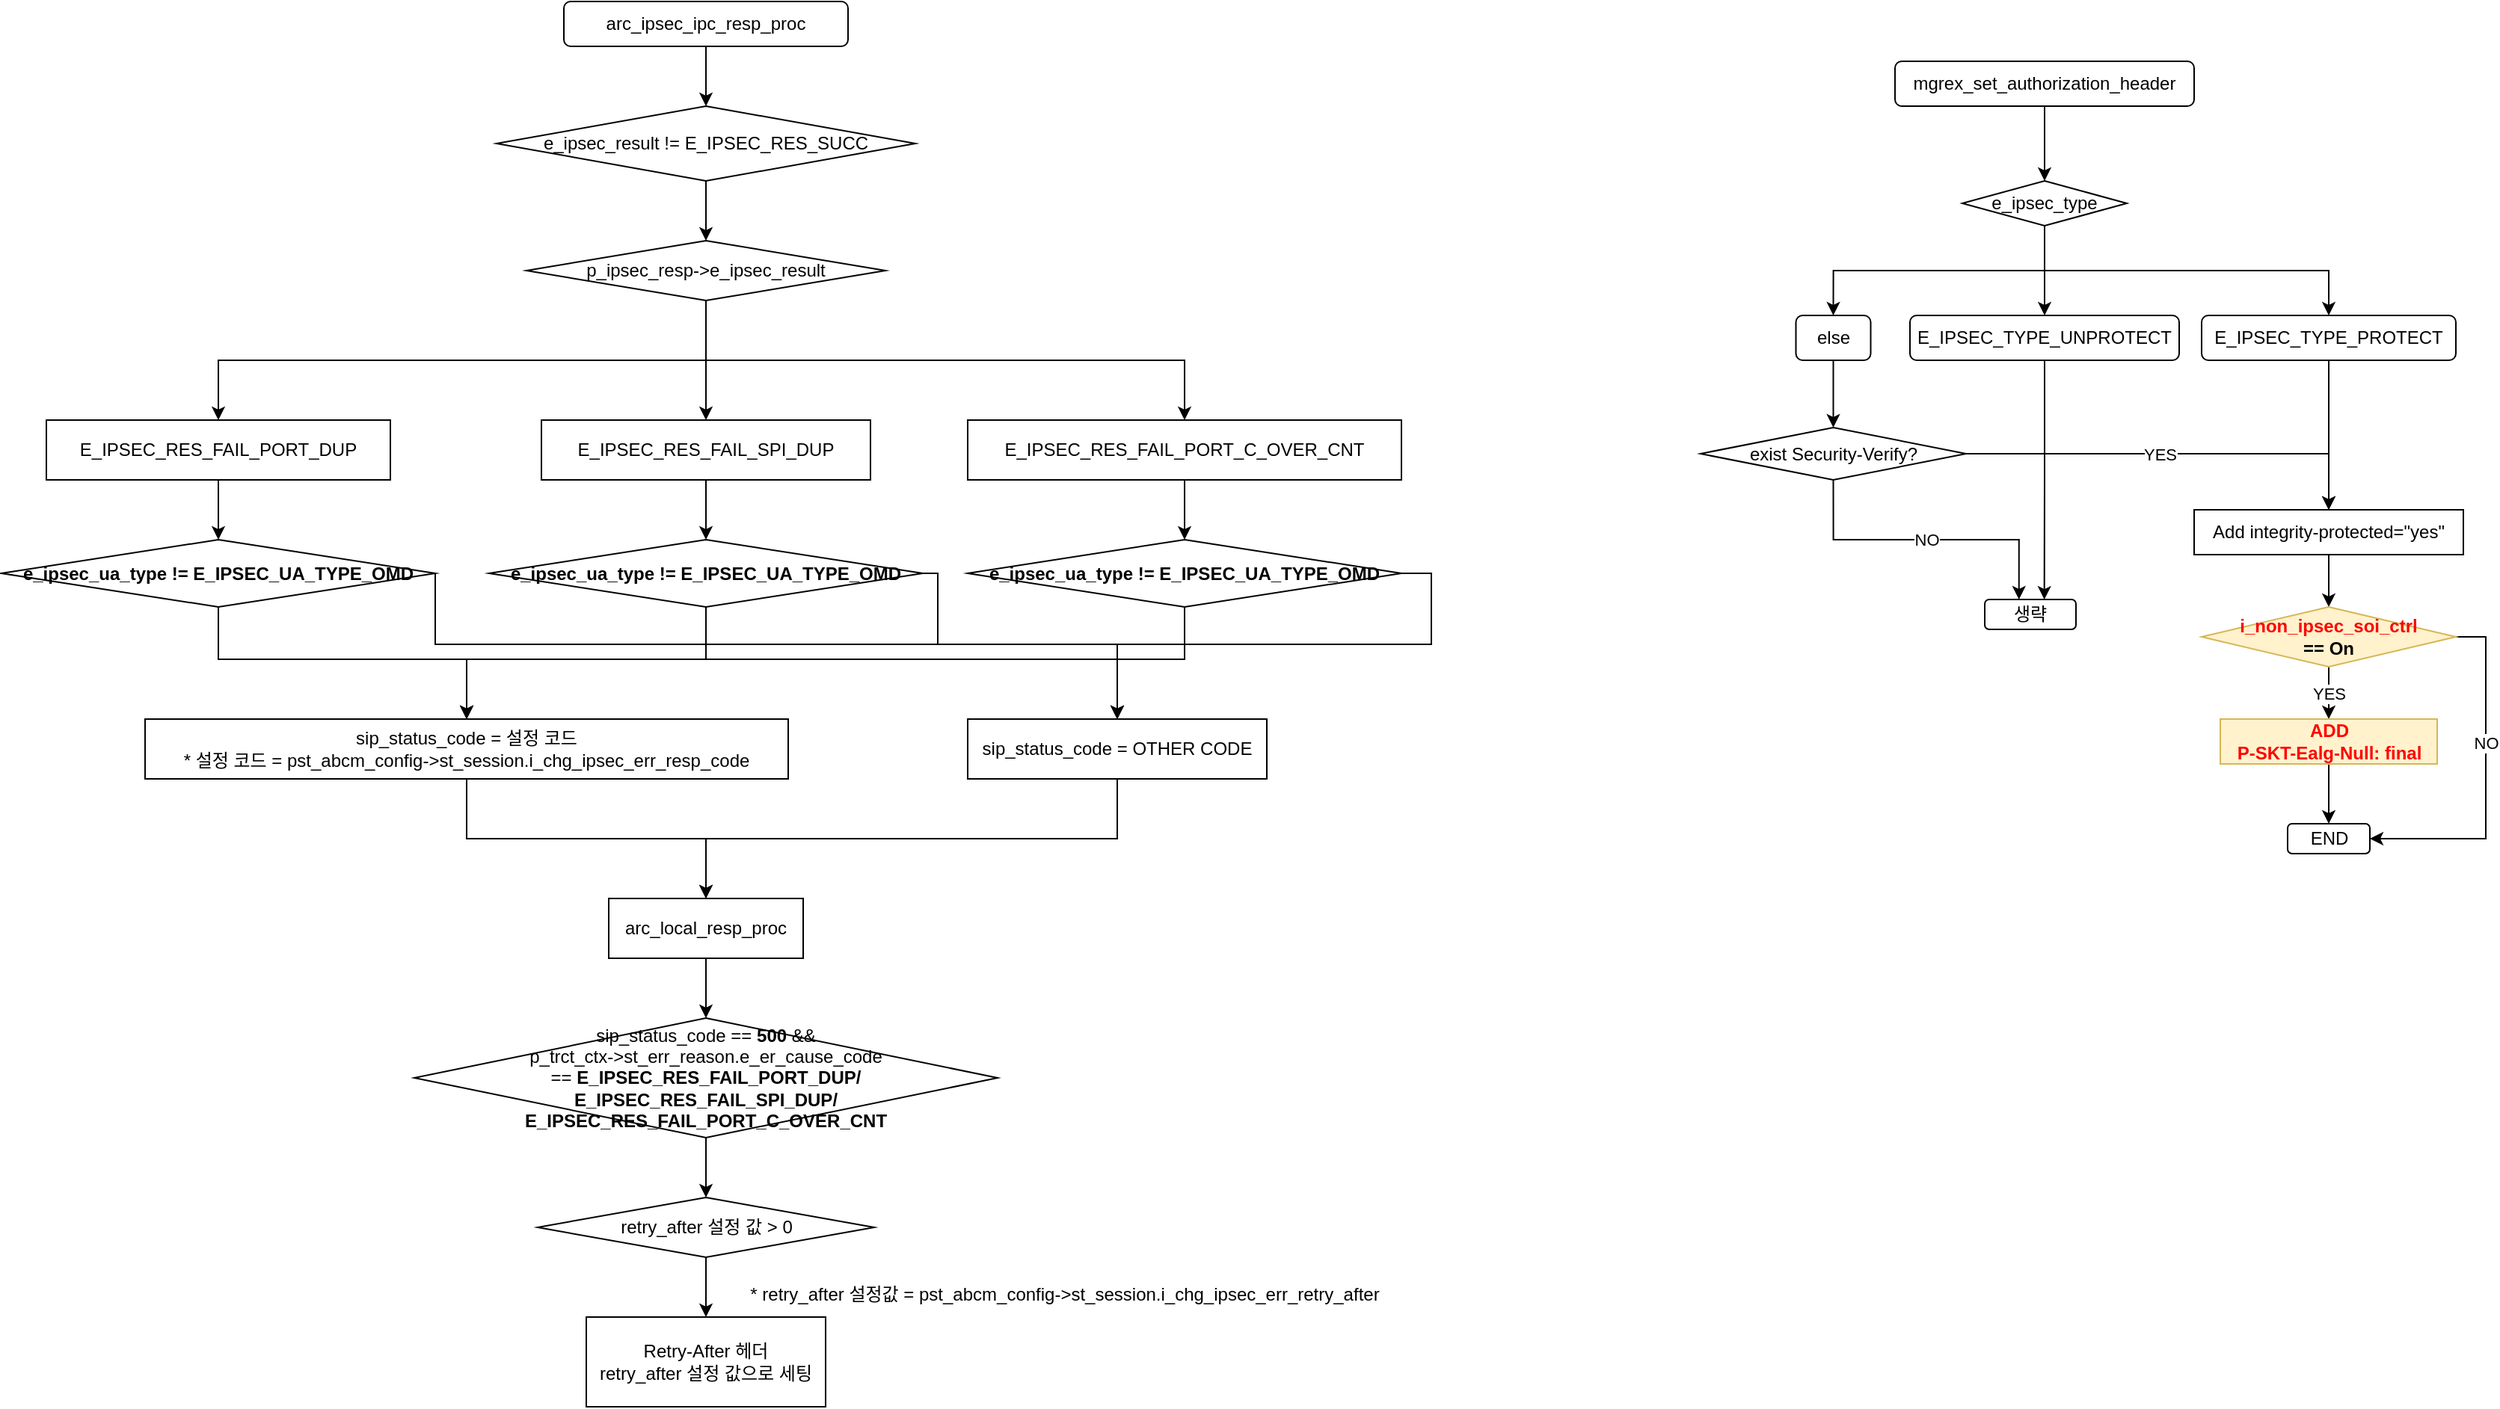
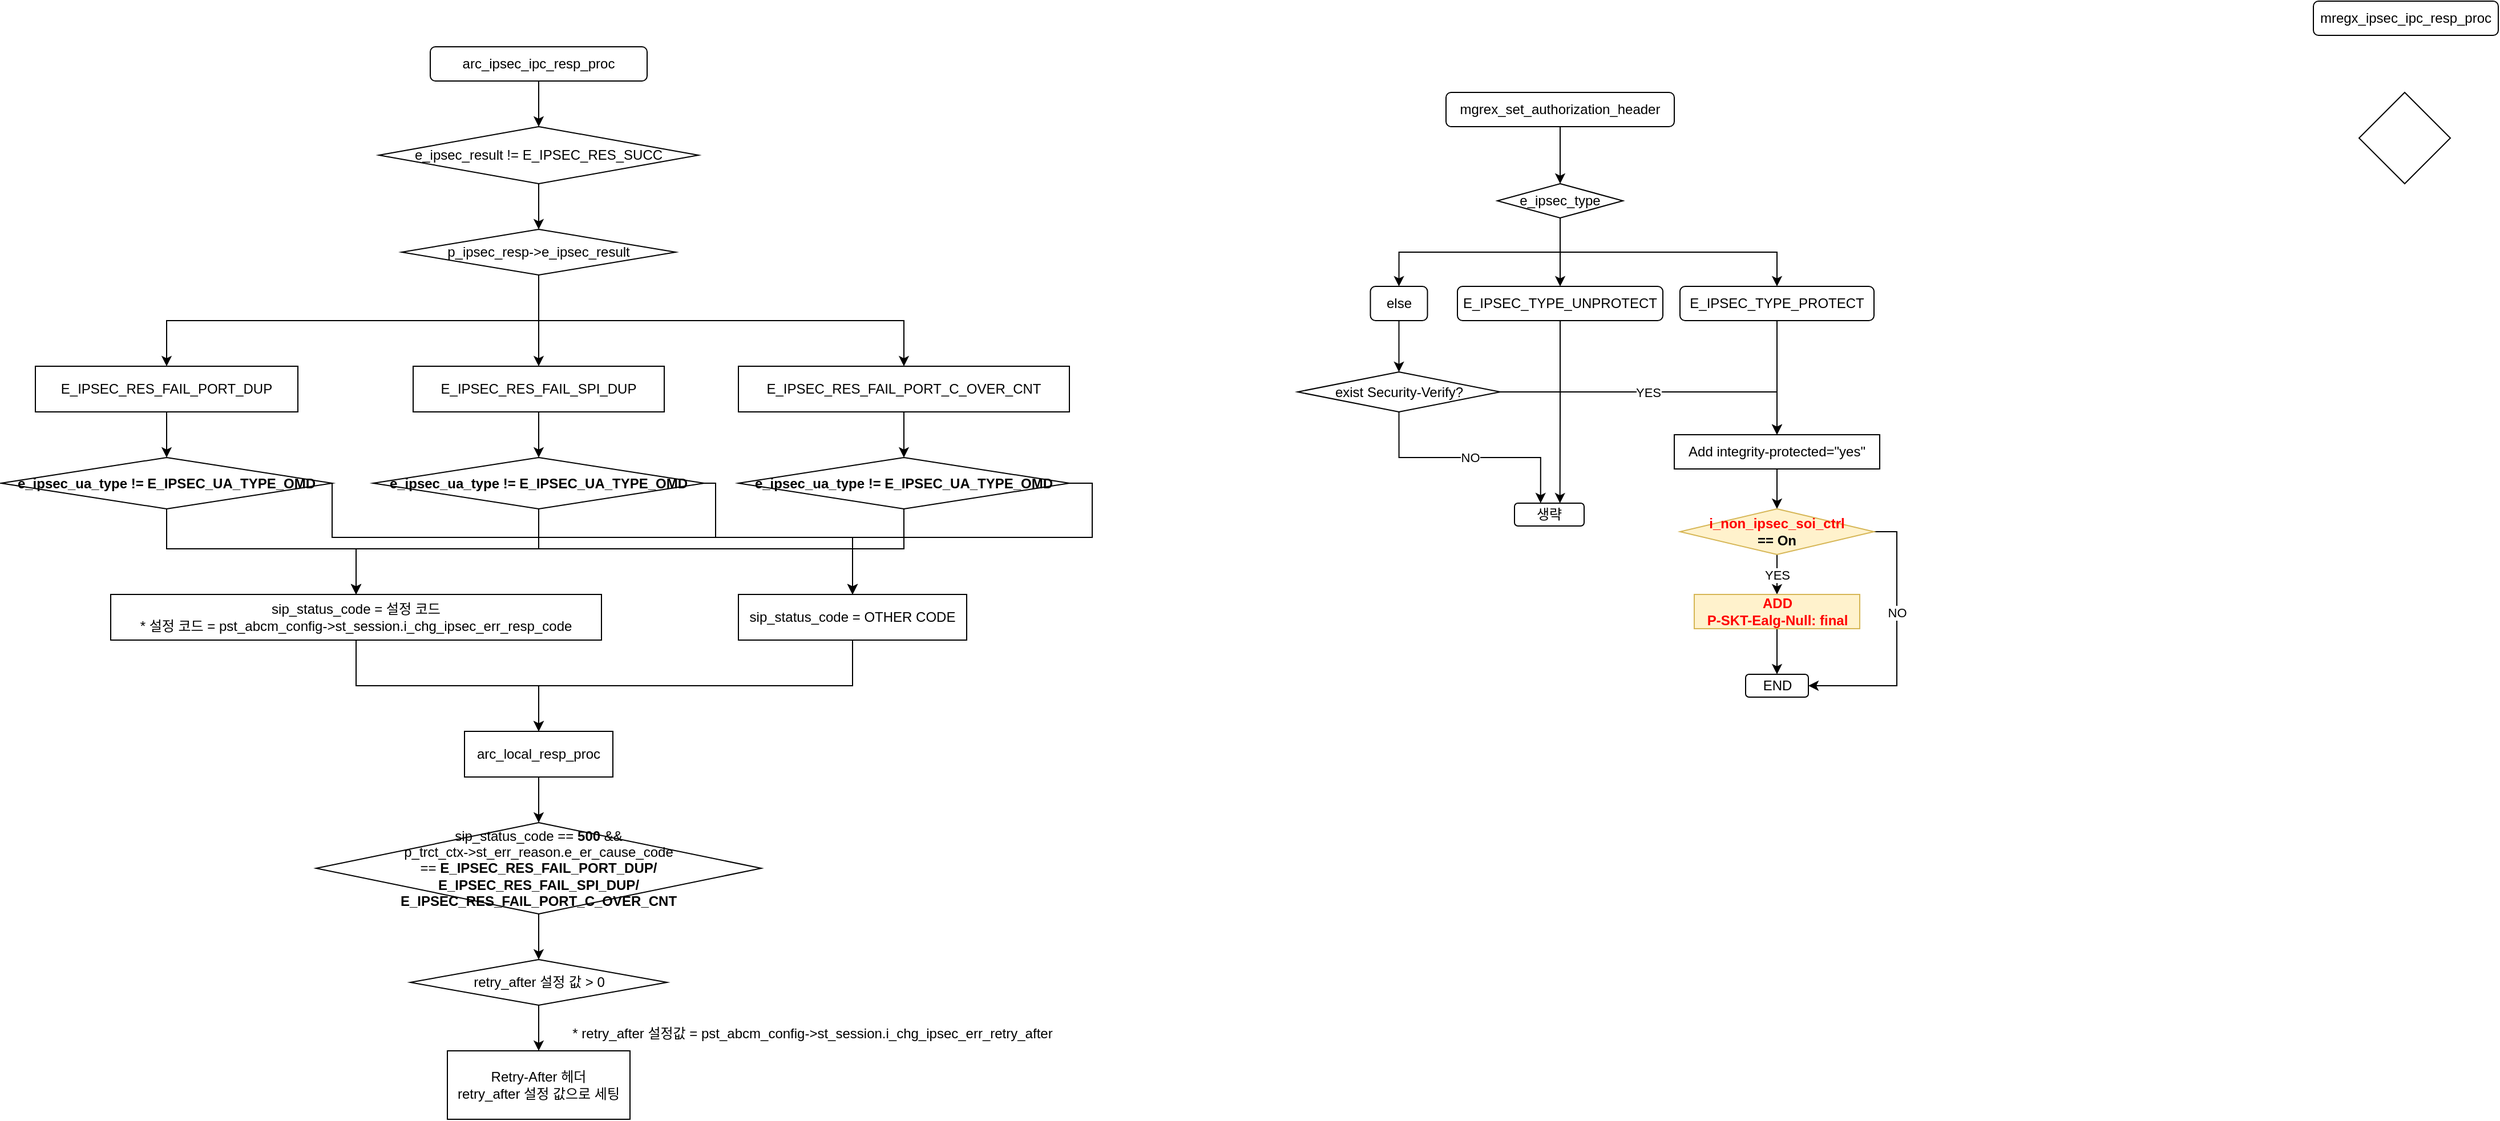
<mxfile host="app.diagrams.net">
  <diagram name="페이지-1" id="m8fQX8wD3sIqdr1Rjxz5">
-     <mxGraphModel dx="3969" dy="1767" grid="1" gridSize="10" guides="1" tooltips="1" connect="1" arrows="1" fold="1" page="1" pageScale="1" pageWidth="827" pageHeight="1169" math="0" shadow="0">
+     <mxGraphModel dx="1691" dy="993" grid="1" gridSize="10" guides="1" tooltips="1" connect="1" arrows="1" fold="1" page="1" pageScale="1" pageWidth="827" pageHeight="1169" math="0" shadow="0">
      <root>
        <mxCell id="0" />
        <mxCell id="1" parent="0" />
        <mxCell id="ojS5_yHJFsPbv8XDm5Tb-1" edge="1" parent="1" source="ojS5_yHJFsPbv8XDm5Tb-2" style="edgeStyle=orthogonalEdgeStyle;rounded=0;orthogonalLoop=1;jettySize=auto;html=1;exitX=0.5;exitY=1;exitDx=0;exitDy=0;entryX=0.5;entryY=0;entryDx=0;entryDy=0;labelBackgroundColor=none;fontColor=default;" target="ojS5_yHJFsPbv8XDm5Tb-4">
          <mxGeometry relative="1" as="geometry" />
        </mxCell>
        <mxCell id="ojS5_yHJFsPbv8XDm5Tb-2" parent="1" style="rounded=1;whiteSpace=wrap;html=1;labelBackgroundColor=none;" value="arc_ipsec_ipc_resp_proc" vertex="1">
          <mxGeometry height="30" width="190" x="350" y="120" as="geometry" />
        </mxCell>
        <mxCell id="ojS5_yHJFsPbv8XDm5Tb-3" edge="1" parent="1" source="ojS5_yHJFsPbv8XDm5Tb-4" style="edgeStyle=orthogonalEdgeStyle;rounded=0;orthogonalLoop=1;jettySize=auto;html=1;exitX=0.5;exitY=1;exitDx=0;exitDy=0;entryX=0.5;entryY=0;entryDx=0;entryDy=0;labelBackgroundColor=none;fontColor=default;" target="ojS5_yHJFsPbv8XDm5Tb-8">
          <mxGeometry relative="1" as="geometry" />
        </mxCell>
        <mxCell id="ojS5_yHJFsPbv8XDm5Tb-4" parent="1" style="rhombus;whiteSpace=wrap;html=1;labelBackgroundColor=none;" value="e_ipsec_result != E_IPSEC_RES_SUCC" vertex="1">
          <mxGeometry height="50" width="280" x="305" y="190" as="geometry" />
        </mxCell>
        <mxCell id="ojS5_yHJFsPbv8XDm5Tb-5" edge="1" parent="1" source="ojS5_yHJFsPbv8XDm5Tb-8" style="edgeStyle=orthogonalEdgeStyle;rounded=0;orthogonalLoop=1;jettySize=auto;html=1;exitX=0.5;exitY=1;exitDx=0;exitDy=0;entryX=0.5;entryY=0;entryDx=0;entryDy=0;labelBackgroundColor=none;fontColor=default;" target="ojS5_yHJFsPbv8XDm5Tb-10">
          <mxGeometry relative="1" as="geometry" />
        </mxCell>
        <mxCell id="ojS5_yHJFsPbv8XDm5Tb-6" edge="1" parent="1" source="ojS5_yHJFsPbv8XDm5Tb-8" style="edgeStyle=orthogonalEdgeStyle;rounded=0;orthogonalLoop=1;jettySize=auto;html=1;exitX=0.5;exitY=1;exitDx=0;exitDy=0;entryX=0.5;entryY=0;entryDx=0;entryDy=0;labelBackgroundColor=none;fontColor=default;" target="ojS5_yHJFsPbv8XDm5Tb-12">
          <mxGeometry relative="1" as="geometry" />
        </mxCell>
        <mxCell id="ojS5_yHJFsPbv8XDm5Tb-7" edge="1" parent="1" source="ojS5_yHJFsPbv8XDm5Tb-8" style="edgeStyle=orthogonalEdgeStyle;rounded=0;orthogonalLoop=1;jettySize=auto;html=1;exitX=0.5;exitY=1;exitDx=0;exitDy=0;entryX=0.5;entryY=0;entryDx=0;entryDy=0;labelBackgroundColor=none;fontColor=default;" target="ojS5_yHJFsPbv8XDm5Tb-14">
          <mxGeometry relative="1" as="geometry" />
        </mxCell>
        <mxCell id="ojS5_yHJFsPbv8XDm5Tb-8" parent="1" style="rhombus;whiteSpace=wrap;html=1;labelBackgroundColor=none;" value="p_ipsec_resp-&amp;gt;e_ipsec_result" vertex="1">
          <mxGeometry height="40" width="240" x="325" y="280" as="geometry" />
        </mxCell>
        <mxCell id="ojS5_yHJFsPbv8XDm5Tb-9" edge="1" parent="1" source="ojS5_yHJFsPbv8XDm5Tb-10" style="edgeStyle=orthogonalEdgeStyle;rounded=0;orthogonalLoop=1;jettySize=auto;html=1;exitX=0.5;exitY=1;exitDx=0;exitDy=0;entryX=0.5;entryY=0;entryDx=0;entryDy=0;labelBackgroundColor=none;fontColor=default;" target="ojS5_yHJFsPbv8XDm5Tb-17">
          <mxGeometry relative="1" as="geometry" />
        </mxCell>
        <mxCell id="ojS5_yHJFsPbv8XDm5Tb-10" parent="1" style="rounded=0;whiteSpace=wrap;html=1;labelBackgroundColor=none;" value="E_IPSEC_RES_FAIL_PORT_DUP" vertex="1">
          <mxGeometry height="40" width="230" x="4" y="400" as="geometry" />
        </mxCell>
        <mxCell id="ojS5_yHJFsPbv8XDm5Tb-11" edge="1" parent="1" source="ojS5_yHJFsPbv8XDm5Tb-12" style="edgeStyle=orthogonalEdgeStyle;rounded=0;orthogonalLoop=1;jettySize=auto;html=1;exitX=0.5;exitY=1;exitDx=0;exitDy=0;entryX=0.5;entryY=0;entryDx=0;entryDy=0;labelBackgroundColor=none;fontColor=default;" target="ojS5_yHJFsPbv8XDm5Tb-20">
          <mxGeometry relative="1" as="geometry" />
        </mxCell>
        <mxCell id="ojS5_yHJFsPbv8XDm5Tb-12" parent="1" style="rounded=0;whiteSpace=wrap;html=1;labelBackgroundColor=none;" value="E_IPSEC_RES_FAIL_SPI_DUP" vertex="1">
          <mxGeometry height="40" width="220" x="335" y="400" as="geometry" />
        </mxCell>
        <mxCell id="ojS5_yHJFsPbv8XDm5Tb-13" edge="1" parent="1" source="ojS5_yHJFsPbv8XDm5Tb-14" style="edgeStyle=orthogonalEdgeStyle;rounded=0;orthogonalLoop=1;jettySize=auto;html=1;exitX=0.5;exitY=1;exitDx=0;exitDy=0;entryX=0.5;entryY=0;entryDx=0;entryDy=0;labelBackgroundColor=none;fontColor=default;" target="ojS5_yHJFsPbv8XDm5Tb-23">
          <mxGeometry relative="1" as="geometry" />
        </mxCell>
        <mxCell id="ojS5_yHJFsPbv8XDm5Tb-14" parent="1" style="rounded=0;whiteSpace=wrap;html=1;labelBackgroundColor=none;" value="E_IPSEC_RES_FAIL_PORT_C_OVER_CNT" vertex="1">
          <mxGeometry height="40" width="290" x="620" y="400" as="geometry" />
        </mxCell>
        <mxCell id="ojS5_yHJFsPbv8XDm5Tb-15" edge="1" parent="1" source="ojS5_yHJFsPbv8XDm5Tb-17" style="edgeStyle=orthogonalEdgeStyle;rounded=0;orthogonalLoop=1;jettySize=auto;html=1;exitX=1;exitY=0.5;exitDx=0;exitDy=0;entryX=0.5;entryY=0;entryDx=0;entryDy=0;labelBackgroundColor=none;fontColor=default;" target="ojS5_yHJFsPbv8XDm5Tb-27">
          <mxGeometry relative="1" as="geometry">
            <Array as="points">
              <mxPoint x="264" y="550" />
              <mxPoint x="720" y="550" />
            </Array>
          </mxGeometry>
        </mxCell>
        <mxCell id="ojS5_yHJFsPbv8XDm5Tb-16" edge="1" parent="1" source="ojS5_yHJFsPbv8XDm5Tb-17" style="edgeStyle=orthogonalEdgeStyle;rounded=0;orthogonalLoop=1;jettySize=auto;html=1;exitX=0.5;exitY=1;exitDx=0;exitDy=0;entryX=0.5;entryY=0;entryDx=0;entryDy=0;labelBackgroundColor=none;fontColor=default;" target="ojS5_yHJFsPbv8XDm5Tb-25">
          <mxGeometry relative="1" as="geometry">
            <Array as="points">
              <mxPoint x="119" y="560" />
              <mxPoint x="285" y="560" />
            </Array>
          </mxGeometry>
        </mxCell>
        <mxCell id="ojS5_yHJFsPbv8XDm5Tb-17" parent="1" style="rhombus;whiteSpace=wrap;html=1;labelBackgroundColor=none;" value="&lt;b&gt;e_ipsec_ua_type != E_IPSEC_UA_TYPE_OMD&lt;/b&gt;" vertex="1">
          <mxGeometry height="45" width="290" x="-26" y="480" as="geometry" />
        </mxCell>
        <mxCell id="ojS5_yHJFsPbv8XDm5Tb-18" edge="1" parent="1" source="ojS5_yHJFsPbv8XDm5Tb-20" style="edgeStyle=orthogonalEdgeStyle;rounded=0;orthogonalLoop=1;jettySize=auto;html=1;exitX=1;exitY=0.5;exitDx=0;exitDy=0;entryX=0.5;entryY=0;entryDx=0;entryDy=0;labelBackgroundColor=none;fontColor=default;" target="ojS5_yHJFsPbv8XDm5Tb-27">
          <mxGeometry relative="1" as="geometry">
            <Array as="points">
              <mxPoint x="600" y="503" />
              <mxPoint x="600" y="550" />
              <mxPoint x="720" y="550" />
            </Array>
          </mxGeometry>
        </mxCell>
        <mxCell id="ojS5_yHJFsPbv8XDm5Tb-19" edge="1" parent="1" source="ojS5_yHJFsPbv8XDm5Tb-20" style="edgeStyle=orthogonalEdgeStyle;rounded=0;orthogonalLoop=1;jettySize=auto;html=1;exitX=0.5;exitY=1;exitDx=0;exitDy=0;entryX=0.5;entryY=0;entryDx=0;entryDy=0;labelBackgroundColor=none;fontColor=default;" target="ojS5_yHJFsPbv8XDm5Tb-25">
          <mxGeometry relative="1" as="geometry">
            <Array as="points">
              <mxPoint x="445" y="560" />
              <mxPoint x="285" y="560" />
            </Array>
          </mxGeometry>
        </mxCell>
        <mxCell id="ojS5_yHJFsPbv8XDm5Tb-20" parent="1" style="rhombus;whiteSpace=wrap;html=1;labelBackgroundColor=none;" value="&lt;b&gt;e_ipsec_ua_type != E_IPSEC_UA_TYPE_OMD&lt;/b&gt;" vertex="1">
          <mxGeometry height="45" width="290" x="300" y="480" as="geometry" />
        </mxCell>
        <mxCell id="ojS5_yHJFsPbv8XDm5Tb-21" edge="1" parent="1" source="ojS5_yHJFsPbv8XDm5Tb-23" style="edgeStyle=orthogonalEdgeStyle;rounded=0;orthogonalLoop=1;jettySize=auto;html=1;exitX=1;exitY=0.5;exitDx=0;exitDy=0;entryX=0.5;entryY=0;entryDx=0;entryDy=0;labelBackgroundColor=none;fontColor=default;" target="ojS5_yHJFsPbv8XDm5Tb-27">
          <mxGeometry relative="1" as="geometry">
            <Array as="points">
              <mxPoint x="930" y="503" />
              <mxPoint x="930" y="550" />
              <mxPoint x="720" y="550" />
            </Array>
          </mxGeometry>
        </mxCell>
        <mxCell id="ojS5_yHJFsPbv8XDm5Tb-22" edge="1" parent="1" source="ojS5_yHJFsPbv8XDm5Tb-23" style="edgeStyle=orthogonalEdgeStyle;rounded=0;orthogonalLoop=1;jettySize=auto;html=1;exitX=0.5;exitY=1;exitDx=0;exitDy=0;entryX=0.5;entryY=0;entryDx=0;entryDy=0;labelBackgroundColor=none;fontColor=default;" target="ojS5_yHJFsPbv8XDm5Tb-25">
          <mxGeometry relative="1" as="geometry">
            <Array as="points">
              <mxPoint x="765" y="560" />
              <mxPoint x="285" y="560" />
            </Array>
          </mxGeometry>
        </mxCell>
        <mxCell id="ojS5_yHJFsPbv8XDm5Tb-23" parent="1" style="rhombus;whiteSpace=wrap;html=1;labelBackgroundColor=none;" value="&lt;b&gt;e_ipsec_ua_type != E_IPSEC_UA_TYPE_OMD&lt;/b&gt;" vertex="1">
          <mxGeometry height="45" width="290" x="620" y="480" as="geometry" />
        </mxCell>
        <mxCell id="ojS5_yHJFsPbv8XDm5Tb-24" edge="1" parent="1" source="ojS5_yHJFsPbv8XDm5Tb-25" style="edgeStyle=orthogonalEdgeStyle;rounded=0;orthogonalLoop=1;jettySize=auto;html=1;exitX=0.5;exitY=1;exitDx=0;exitDy=0;entryX=0.5;entryY=0;entryDx=0;entryDy=0;labelBackgroundColor=none;fontColor=default;" target="ojS5_yHJFsPbv8XDm5Tb-29">
          <mxGeometry relative="1" as="geometry" />
        </mxCell>
        <mxCell id="ojS5_yHJFsPbv8XDm5Tb-25" parent="1" style="rounded=0;whiteSpace=wrap;html=1;labelBackgroundColor=none;" value="sip_status_code = 설정 코드&lt;div&gt;* 설정 코드 = pst_abcm_config-&amp;gt;st_session.i_chg_ipsec_err_resp_code&lt;/div&gt;" vertex="1">
          <mxGeometry height="40" width="430" x="70" y="600" as="geometry" />
        </mxCell>
        <mxCell id="ojS5_yHJFsPbv8XDm5Tb-26" edge="1" parent="1" source="ojS5_yHJFsPbv8XDm5Tb-27" style="edgeStyle=orthogonalEdgeStyle;rounded=0;orthogonalLoop=1;jettySize=auto;html=1;exitX=0.5;exitY=1;exitDx=0;exitDy=0;entryX=0.5;entryY=0;entryDx=0;entryDy=0;labelBackgroundColor=none;fontColor=default;" target="ojS5_yHJFsPbv8XDm5Tb-29">
          <mxGeometry relative="1" as="geometry" />
        </mxCell>
        <mxCell id="ojS5_yHJFsPbv8XDm5Tb-27" parent="1" style="rounded=0;whiteSpace=wrap;html=1;labelBackgroundColor=none;" value="sip_status_code = OTHER CODE" vertex="1">
          <mxGeometry height="40" width="200" x="620" y="600" as="geometry" />
        </mxCell>
        <mxCell id="ojS5_yHJFsPbv8XDm5Tb-28" edge="1" parent="1" source="ojS5_yHJFsPbv8XDm5Tb-29" style="edgeStyle=orthogonalEdgeStyle;rounded=0;orthogonalLoop=1;jettySize=auto;html=1;exitX=0.5;exitY=1;exitDx=0;exitDy=0;entryX=0.5;entryY=0;entryDx=0;entryDy=0;labelBackgroundColor=none;fontColor=default;" target="ojS5_yHJFsPbv8XDm5Tb-31">
          <mxGeometry relative="1" as="geometry" />
        </mxCell>
        <mxCell id="ojS5_yHJFsPbv8XDm5Tb-29" parent="1" style="rounded=0;whiteSpace=wrap;html=1;labelBackgroundColor=none;" value="arc_local_resp_proc" vertex="1">
          <mxGeometry height="40" width="130" x="380" y="720" as="geometry" />
        </mxCell>
        <mxCell id="ojS5_yHJFsPbv8XDm5Tb-30" edge="1" parent="1" source="ojS5_yHJFsPbv8XDm5Tb-31" style="edgeStyle=orthogonalEdgeStyle;rounded=0;orthogonalLoop=1;jettySize=auto;html=1;exitX=0.5;exitY=1;exitDx=0;exitDy=0;entryX=0.5;entryY=0;entryDx=0;entryDy=0;labelBackgroundColor=none;fontColor=default;" target="ojS5_yHJFsPbv8XDm5Tb-33">
          <mxGeometry relative="1" as="geometry" />
        </mxCell>
        <mxCell id="ojS5_yHJFsPbv8XDm5Tb-31" parent="1" style="rhombus;whiteSpace=wrap;html=1;labelBackgroundColor=none;" value="sip_status_code == &lt;b&gt;500&lt;/b&gt; &amp;amp;&amp;amp;&lt;div&gt;p_trct_ctx-&amp;gt;st_err_reason.e_er_cause_code ==&amp;nbsp;&lt;span style=&quot;background-color: transparent; color: light-dark(rgb(0, 0, 0), rgb(255, 255, 255));&quot;&gt;&lt;b&gt;E_IPSEC_RES_FAIL_PORT_DUP/&lt;/b&gt;&lt;/span&gt;&lt;/div&gt;&lt;div&gt;&lt;b&gt;E_IPSEC_RES_FAIL_SPI_DUP/&lt;span style=&quot;background-color: transparent; color: light-dark(rgb(0, 0, 0), rgb(255, 255, 255));&quot;&gt;&lt;/span&gt;&lt;/b&gt;&lt;/div&gt;&lt;div&gt;&lt;b&gt;E_IPSEC_RES_FAIL_PORT_C_OVER_CNT&lt;/b&gt;&lt;/div&gt;" vertex="1">
          <mxGeometry height="80" width="390" x="250" y="800" as="geometry" />
        </mxCell>
        <mxCell id="ojS5_yHJFsPbv8XDm5Tb-32" edge="1" parent="1" source="ojS5_yHJFsPbv8XDm5Tb-33" style="edgeStyle=orthogonalEdgeStyle;rounded=0;orthogonalLoop=1;jettySize=auto;html=1;exitX=0.5;exitY=1;exitDx=0;exitDy=0;entryX=0.5;entryY=0;entryDx=0;entryDy=0;labelBackgroundColor=none;fontColor=default;" target="ojS5_yHJFsPbv8XDm5Tb-35">
          <mxGeometry relative="1" as="geometry" />
        </mxCell>
        <mxCell id="ojS5_yHJFsPbv8XDm5Tb-33" parent="1" style="rhombus;whiteSpace=wrap;html=1;labelBackgroundColor=none;" value="retry_after 설정 값 &amp;gt; 0" vertex="1">
          <mxGeometry height="40" width="225" x="332.5" y="920" as="geometry" />
        </mxCell>
        <mxCell id="ojS5_yHJFsPbv8XDm5Tb-34" parent="1" style="text;html=1;whiteSpace=wrap;strokeColor=none;fillColor=none;align=center;verticalAlign=middle;rounded=0;labelBackgroundColor=none;" value="* retry_after 설정값 =&amp;nbsp;pst_abcm_config-&amp;gt;st_session.i_chg_ipsec_err_retry_after" vertex="1">
          <mxGeometry height="30" width="450" x="460" y="970" as="geometry" />
        </mxCell>
        <mxCell id="ojS5_yHJFsPbv8XDm5Tb-35" parent="1" style="rounded=0;whiteSpace=wrap;html=1;labelBackgroundColor=none;" value="Retry-After 헤더&lt;div&gt;retry_after 설정 값으로 세팅&lt;/div&gt;" vertex="1">
          <mxGeometry height="60" width="160" x="365" y="1000" as="geometry" />
        </mxCell>
        <mxCell id="ojS5_yHJFsPbv8XDm5Tb-36" edge="1" parent="1" source="ojS5_yHJFsPbv8XDm5Tb-37" style="edgeStyle=orthogonalEdgeStyle;rounded=0;orthogonalLoop=1;jettySize=auto;html=1;exitX=0.5;exitY=1;exitDx=0;exitDy=0;entryX=0.5;entryY=0;entryDx=0;entryDy=0;labelBackgroundColor=none;fontColor=default;" target="ojS5_yHJFsPbv8XDm5Tb-41">
          <mxGeometry relative="1" as="geometry" />
        </mxCell>
        <mxCell id="ojS5_yHJFsPbv8XDm5Tb-37" parent="1" style="rounded=1;whiteSpace=wrap;html=1;labelBackgroundColor=none;" value="mgrex_set_authorization_header" vertex="1">
          <mxGeometry height="30" width="200" x="1240" y="160" as="geometry" />
        </mxCell>
        <mxCell id="ojS5_yHJFsPbv8XDm5Tb-38" edge="1" parent="1" source="ojS5_yHJFsPbv8XDm5Tb-41" style="edgeStyle=orthogonalEdgeStyle;rounded=0;orthogonalLoop=1;jettySize=auto;html=1;exitX=0.5;exitY=1;exitDx=0;exitDy=0;entryX=0.5;entryY=0;entryDx=0;entryDy=0;labelBackgroundColor=none;fontColor=default;" target="ojS5_yHJFsPbv8XDm5Tb-43">
          <mxGeometry relative="1" as="geometry" />
        </mxCell>
        <mxCell id="ojS5_yHJFsPbv8XDm5Tb-39" edge="1" parent="1" source="ojS5_yHJFsPbv8XDm5Tb-41" style="edgeStyle=orthogonalEdgeStyle;rounded=0;orthogonalLoop=1;jettySize=auto;html=1;exitX=0.5;exitY=1;exitDx=0;exitDy=0;entryX=0.5;entryY=0;entryDx=0;entryDy=0;labelBackgroundColor=none;fontColor=default;" target="ojS5_yHJFsPbv8XDm5Tb-45">
          <mxGeometry relative="1" as="geometry" />
        </mxCell>
        <mxCell id="ojS5_yHJFsPbv8XDm5Tb-40" edge="1" parent="1" source="ojS5_yHJFsPbv8XDm5Tb-41" style="edgeStyle=orthogonalEdgeStyle;rounded=0;orthogonalLoop=1;jettySize=auto;html=1;exitX=0.5;exitY=1;exitDx=0;exitDy=0;entryX=0.5;entryY=0;entryDx=0;entryDy=0;labelBackgroundColor=none;fontColor=default;" target="ojS5_yHJFsPbv8XDm5Tb-47">
          <mxGeometry relative="1" as="geometry" />
        </mxCell>
        <mxCell id="ojS5_yHJFsPbv8XDm5Tb-41" parent="1" style="rhombus;whiteSpace=wrap;html=1;labelBackgroundColor=none;" value="e_ipsec_type" vertex="1">
          <mxGeometry height="30" width="110" x="1285" y="240" as="geometry" />
        </mxCell>
        <mxCell id="ojS5_yHJFsPbv8XDm5Tb-42" edge="1" parent="1" source="ojS5_yHJFsPbv8XDm5Tb-43" style="edgeStyle=orthogonalEdgeStyle;rounded=0;orthogonalLoop=1;jettySize=auto;html=1;exitX=0.5;exitY=1;exitDx=0;exitDy=0;entryX=0.5;entryY=0;entryDx=0;entryDy=0;labelBackgroundColor=none;fontColor=default;" target="ojS5_yHJFsPbv8XDm5Tb-49">
          <mxGeometry relative="1" as="geometry" />
        </mxCell>
        <mxCell id="ojS5_yHJFsPbv8XDm5Tb-43" parent="1" style="rounded=1;whiteSpace=wrap;html=1;labelBackgroundColor=none;" value="E_IPSEC_TYPE_PROTECT" vertex="1">
          <mxGeometry height="30" width="170" x="1445" y="330" as="geometry" />
        </mxCell>
        <mxCell id="ojS5_yHJFsPbv8XDm5Tb-44" edge="1" parent="1" source="ojS5_yHJFsPbv8XDm5Tb-45" style="edgeStyle=orthogonalEdgeStyle;rounded=0;orthogonalLoop=1;jettySize=auto;html=1;exitX=0.5;exitY=1;exitDx=0;exitDy=0;entryX=0.653;entryY=0.002;entryDx=0;entryDy=0;entryPerimeter=0;" target="ojS5_yHJFsPbv8XDm5Tb-59">
          <mxGeometry relative="1" as="geometry">
            <mxPoint x="1339.9411764705883" y="520" as="targetPoint" />
          </mxGeometry>
        </mxCell>
        <mxCell id="ojS5_yHJFsPbv8XDm5Tb-45" parent="1" style="rounded=1;whiteSpace=wrap;html=1;labelBackgroundColor=none;" value="E_IPSEC_TYPE_UNPROTECT" vertex="1">
          <mxGeometry height="30" width="180" x="1250" y="330" as="geometry" />
        </mxCell>
        <mxCell id="ojS5_yHJFsPbv8XDm5Tb-46" edge="1" parent="1" source="ojS5_yHJFsPbv8XDm5Tb-47" style="edgeStyle=orthogonalEdgeStyle;rounded=0;orthogonalLoop=1;jettySize=auto;html=1;exitX=0.5;exitY=1;exitDx=0;exitDy=0;entryX=0.5;entryY=0;entryDx=0;entryDy=0;" target="ojS5_yHJFsPbv8XDm5Tb-58">
          <mxGeometry relative="1" as="geometry" />
        </mxCell>
        <mxCell id="ojS5_yHJFsPbv8XDm5Tb-47" parent="1" style="rounded=1;whiteSpace=wrap;html=1;labelBackgroundColor=none;" value="else" vertex="1">
          <mxGeometry height="30" width="50" x="1173.75" y="330" as="geometry" />
        </mxCell>
        <mxCell id="ojS5_yHJFsPbv8XDm5Tb-48" edge="1" parent="1" source="ojS5_yHJFsPbv8XDm5Tb-49" style="edgeStyle=orthogonalEdgeStyle;rounded=0;orthogonalLoop=1;jettySize=auto;html=1;exitX=0.5;exitY=1;exitDx=0;exitDy=0;entryX=0.5;entryY=0;entryDx=0;entryDy=0;" target="ojS5_yHJFsPbv8XDm5Tb-52">
          <mxGeometry relative="1" as="geometry" />
        </mxCell>
        <mxCell id="ojS5_yHJFsPbv8XDm5Tb-49" parent="1" style="rounded=0;whiteSpace=wrap;html=1;labelBackgroundColor=none;" value="Add integrity-protected=&quot;yes&quot;" vertex="1">
          <mxGeometry height="30" width="180" x="1440" y="460" as="geometry" />
        </mxCell>
        <mxCell id="ojS5_yHJFsPbv8XDm5Tb-50" edge="1" parent="1" source="ojS5_yHJFsPbv8XDm5Tb-52" style="edgeStyle=orthogonalEdgeStyle;rounded=0;orthogonalLoop=1;jettySize=auto;html=1;exitX=0.5;exitY=1;exitDx=0;exitDy=0;entryX=0.5;entryY=0;entryDx=0;entryDy=0;" target="ojS5_yHJFsPbv8XDm5Tb-54" value="YES">
          <mxGeometry relative="1" as="geometry" />
        </mxCell>
        <mxCell id="ojS5_yHJFsPbv8XDm5Tb-51" edge="1" parent="1" source="ojS5_yHJFsPbv8XDm5Tb-52" style="edgeStyle=orthogonalEdgeStyle;rounded=0;orthogonalLoop=1;jettySize=auto;html=1;exitX=1;exitY=0.5;exitDx=0;exitDy=0;entryX=1;entryY=0.5;entryDx=0;entryDy=0;" target="ojS5_yHJFsPbv8XDm5Tb-55" value="NO">
          <mxGeometry relative="1" x="-0.2233" as="geometry">
            <mxPoint as="offset" />
          </mxGeometry>
        </mxCell>
        <mxCell id="ojS5_yHJFsPbv8XDm5Tb-52" parent="1" style="rhombus;whiteSpace=wrap;html=1;fillColor=#fff2cc;strokeColor=#d6b656;" value="&lt;b&gt;&lt;font style=&quot;color: rgb(255, 0, 0);&quot;&gt;i_non_ipsec_soi_ctrl&lt;/font&gt;&lt;br&gt;== On&lt;/b&gt;" vertex="1">
          <mxGeometry height="40" width="170" x="1445" y="525" as="geometry" />
        </mxCell>
        <mxCell id="ojS5_yHJFsPbv8XDm5Tb-53" edge="1" parent="1" source="ojS5_yHJFsPbv8XDm5Tb-54" style="edgeStyle=orthogonalEdgeStyle;rounded=0;orthogonalLoop=1;jettySize=auto;html=1;exitX=0.5;exitY=1;exitDx=0;exitDy=0;entryX=0.5;entryY=0;entryDx=0;entryDy=0;" target="ojS5_yHJFsPbv8XDm5Tb-55">
          <mxGeometry relative="1" as="geometry" />
        </mxCell>
        <mxCell id="ojS5_yHJFsPbv8XDm5Tb-54" parent="1" style="rounded=0;whiteSpace=wrap;html=1;fillColor=#fff2cc;strokeColor=#d6b656;" value="&lt;b&gt;&lt;font style=&quot;color: rgb(255, 0, 0);&quot;&gt;ADD&lt;/font&gt;&lt;/b&gt;&lt;div&gt;&lt;b&gt;&lt;font style=&quot;color: rgb(255, 0, 0);&quot;&gt;P-SKT-Ealg-Null: final&lt;/font&gt;&lt;/b&gt;&lt;/div&gt;" vertex="1">
          <mxGeometry height="30" width="145" x="1457.5" y="600" as="geometry" />
        </mxCell>
        <mxCell id="ojS5_yHJFsPbv8XDm5Tb-55" parent="1" style="rounded=1;whiteSpace=wrap;html=1;" value="END" vertex="1">
          <mxGeometry height="20" width="55" x="1502.5" y="670" as="geometry" />
        </mxCell>
        <mxCell id="ojS5_yHJFsPbv8XDm5Tb-56" edge="1" parent="1" source="ojS5_yHJFsPbv8XDm5Tb-58" style="edgeStyle=orthogonalEdgeStyle;rounded=0;orthogonalLoop=1;jettySize=auto;html=1;exitX=1;exitY=0.5;exitDx=0;exitDy=0;entryX=0.5;entryY=0;entryDx=0;entryDy=0;" target="ojS5_yHJFsPbv8XDm5Tb-49" value="YES">
          <mxGeometry relative="1" x="-0.0774" as="geometry">
            <mxPoint as="offset" />
          </mxGeometry>
        </mxCell>
        <mxCell id="ojS5_yHJFsPbv8XDm5Tb-57" edge="1" parent="1" source="ojS5_yHJFsPbv8XDm5Tb-58" style="edgeStyle=orthogonalEdgeStyle;rounded=0;orthogonalLoop=1;jettySize=auto;html=1;exitX=0.5;exitY=1;exitDx=0;exitDy=0;entryX=0.375;entryY=-0.001;entryDx=0;entryDy=0;entryPerimeter=0;" target="ojS5_yHJFsPbv8XDm5Tb-59" value="NO">
          <mxGeometry relative="1" as="geometry">
            <mxPoint x="1175.1176470588234" y="520" as="targetPoint" />
          </mxGeometry>
        </mxCell>
        <mxCell id="ojS5_yHJFsPbv8XDm5Tb-58" parent="1" style="rhombus;whiteSpace=wrap;html=1;" value="exist&amp;nbsp;&lt;span style=&quot;background-color: transparent; color: light-dark(rgb(0, 0, 0), rgb(255, 255, 255));&quot;&gt;Security-Verify?&lt;/span&gt;" vertex="1">
          <mxGeometry height="35" width="177.5" x="1110" y="405" as="geometry" />
        </mxCell>
        <mxCell id="ojS5_yHJFsPbv8XDm5Tb-59" parent="1" style="rounded=1;whiteSpace=wrap;html=1;" value="생략" vertex="1">
          <mxGeometry height="20" width="61" x="1300" y="520" as="geometry" />
        </mxCell>
+         <mxCell id="v6OCQPZjq4ElUTE85C_Q-1" parent="1" style="rounded=1;whiteSpace=wrap;html=1;" value="mregx_ipsec_ipc_resp_proc" vertex="1">
+           <mxGeometry height="30" width="162" x="2000" y="80" as="geometry" />
+         </mxCell>
+         <mxCell id="v6OCQPZjq4ElUTE85C_Q-2" parent="1" style="rhombus;whiteSpace=wrap;html=1;" value="" vertex="1">
+           <mxGeometry height="80" width="80" x="2040" y="160" as="geometry" />
+         </mxCell>
      </root>
    </mxGraphModel>
  </diagram>
</mxfile>
